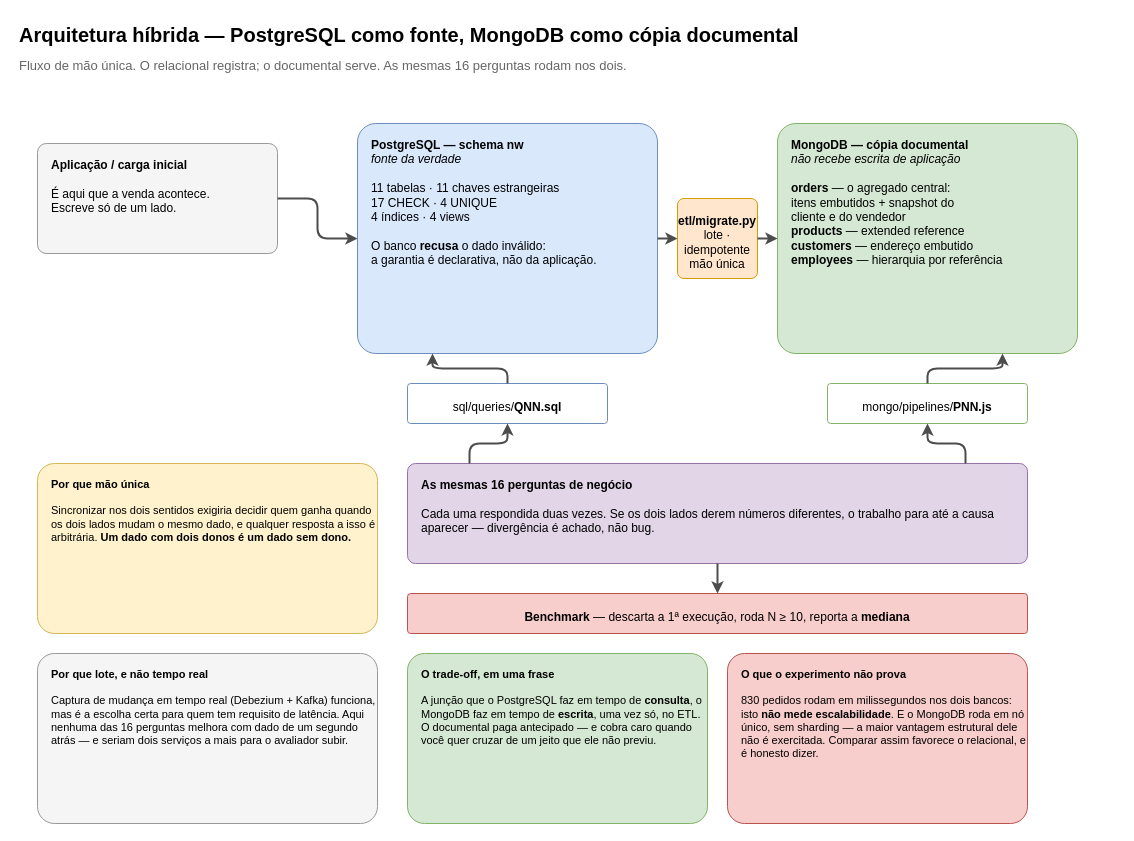
GiovanneEspindola/projeto-integrador-ipog keeps this draw.io diagram as docs/diagramas/arquitetura-hibrida.drawio. Above is the earlier version. Source tidied: cells renumbered, new cells numbered last; positions are measured from the earlier drawing's top-left corner, leaving out a move shared by most shapes. Both pictures are drawn from the tidied source at 100%, with x=0, y=0 at pixel (17, 17).
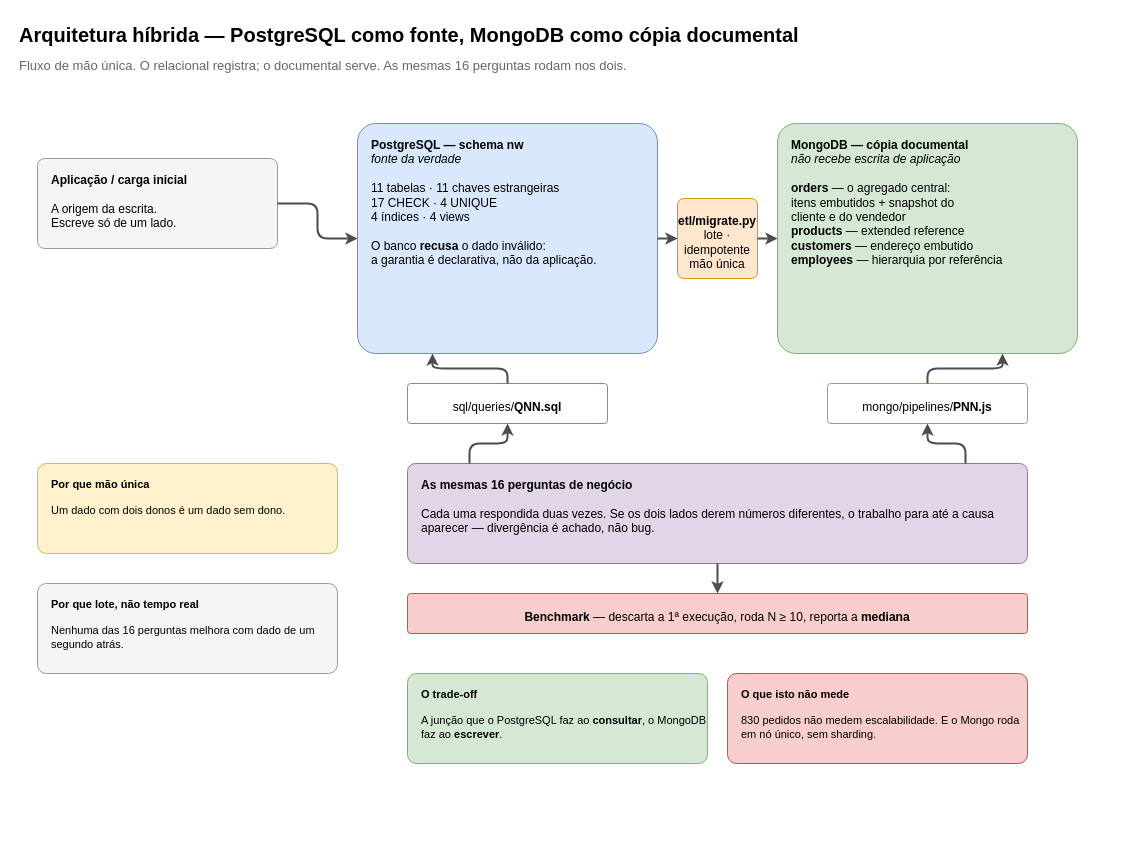
After the change.

Commit message (it also covers changes not shown here):
Corrige a afirmacao sobre transacao no MongoDB e enxuga o diagrama

What changed in the source:
```diff
@@
-    <mxCell id="4" value="&lt;b&gt;Aplicação / carga inicial&lt;/b&gt;&lt;br&gt;&lt;br&gt;É aqui que a venda acontece.&lt;br&gt;Escreve só de um lado." style="rounded=1;whiteSpace=wrap;html=1;verticalAlign=top;align=left;spacingLeft=12;spacingTop=8;fontSize=12;arcSize=8;fillColor=#f5f5f5;strokeColor=#999999;" parent="1" vertex="1">
-      <mxGeometry x="20" y="126" width="240" height="110" as="geometry" />
+    <mxCell id="4" value="&lt;b&gt;Aplicação / carga inicial&lt;/b&gt;&lt;br&gt;&lt;br&gt;A origem da escrita.&lt;br&gt;Escreve só de um lado." style="rounded=1;whiteSpace=wrap;html=1;verticalAlign=top;align=left;spacingLeft=12;spacingTop=8;fontSize=12;arcSize=8;fillColor=#f5f5f5;strokeColor=#999999;" parent="1" vertex="1">
+      <mxGeometry x="20" y="141" width="240" height="90" as="geometry" />
     </mxCell>
@@
-    <mxCell id="20" value="&lt;b&gt;Por que mão única&lt;/b&gt;&lt;br&gt;&lt;br&gt;Sincronizar nos dois sentidos exigiria decidir quem ganha quando os dois lados mudam o mesmo dado, e qualquer resposta a isso é arbitrária. &lt;b&gt;Um dado com dois donos é um dado sem dono.&lt;/b&gt;" style="rounded=1;whiteSpace=wrap;html=1;verticalAlign=top;align=left;spacingLeft=12;spacingTop=8;fontSize=11;arcSize=10;dashed=0;fillColor=#fff2cc;strokeColor=#d6b656;" parent="1" vertex="1">
-      <mxGeometry x="20" y="446" width="340" height="170" as="geometry" />
+    <mxCell id="20" value="&lt;b&gt;Por que mão única&lt;/b&gt;&lt;br&gt;&lt;br&gt;Um dado com dois donos é um dado sem dono." style="rounded=1;whiteSpace=wrap;html=1;verticalAlign=top;align=left;spacingLeft=12;spacingTop=8;fontSize=11;arcSize=10;dashed=0;fillColor=#fff2cc;strokeColor=#d6b656;" parent="1" vertex="1">
+      <mxGeometry x="20" y="446" width="300" height="90" as="geometry" />
     </mxCell>
-    <mxCell id="21" value="&lt;b&gt;Por que lote, e não tempo real&lt;/b&gt;&lt;br&gt;&lt;br&gt;Captura de mudança em tempo real (Debezium + Kafka) funciona, mas é a escolha certa para quem tem requisito de latência. Aqui nenhuma das 16 perguntas melhora com dado de um segundo atrás — e seriam dois serviços a mais para o avaliador subir." style="rounded=1;whiteSpace=wrap;html=1;verticalAlign=top;align=left;spacingLeft=12;spacingTop=8;fontSize=11;arcSize=10;dashed=0;fillColor=#f5f5f5;strokeColor=#999999;" parent="1" vertex="1">
-      <mxGeometry x="20" y="636" width="340" height="170" as="geometry" />
+    <mxCell id="21" value="&lt;b&gt;Por que lote, não tempo real&lt;/b&gt;&lt;br&gt;&lt;br&gt;Nenhuma das 16 perguntas melhora com dado de um segundo atrás." style="rounded=1;whiteSpace=wrap;html=1;verticalAlign=top;align=left;spacingLeft=12;spacingTop=8;fontSize=11;arcSize=10;dashed=0;fillColor=#f5f5f5;strokeColor=#999999;" parent="1" vertex="1">
+      <mxGeometry x="20" y="566" width="300" height="90" as="geometry" />
     </mxCell>
-    <mxCell id="22" value="&lt;b&gt;O trade-off, em uma frase&lt;/b&gt;&lt;br&gt;&lt;br&gt;A junção que o PostgreSQL faz em tempo de &lt;b&gt;consulta&lt;/b&gt;, o MongoDB faz em tempo de &lt;b&gt;escrita&lt;/b&gt;, uma vez só, no ETL. O documental paga antecipado — e cobra caro quando você quer cruzar de um jeito que ele não previu." style="rounded=1;whiteSpace=wrap;html=1;verticalAlign=top;align=left;spacingLeft=12;spacingTop=8;fontSize=11;arcSize=10;dashed=0;fillColor=#d5e8d4;strokeColor=#82b366;" parent="1" vertex="1">
-      <mxGeometry x="390" y="636" width="300" height="170" as="geometry" />
+    <mxCell id="22" value="&lt;b&gt;O trade-off&lt;/b&gt;&lt;br&gt;&lt;br&gt;A junção que o PostgreSQL faz ao &lt;b&gt;consultar&lt;/b&gt;, o MongoDB faz ao &lt;b&gt;escrever&lt;/b&gt;." style="rounded=1;whiteSpace=wrap;html=1;verticalAlign=top;align=left;spacingLeft=12;spacingTop=8;fontSize=11;arcSize=10;dashed=0;fillColor=#d5e8d4;strokeColor=#82b366;" parent="1" vertex="1">
+      <mxGeometry x="390" y="656" width="300" height="90" as="geometry" />
     </mxCell>
-    <mxCell id="23" value="&lt;b&gt;O que o experimento não prova&lt;/b&gt;&lt;br&gt;&lt;br&gt;830 pedidos rodam em milissegundos nos dois bancos: isto &lt;b&gt;não mede escalabilidade&lt;/b&gt;. E o MongoDB roda em nó único, sem sharding — a maior vantagem estrutural dele não é exercitada. Comparar assim favorece o relacional, e é honesto dizer." style="rounded=1;whiteSpace=wrap;html=1;verticalAlign=top;align=left;spacingLeft=12;spacingTop=8;fontSize=11;arcSize=10;dashed=0;fillColor=#f8cecc;strokeColor=#b85450;" parent="1" vertex="1">
-      <mxGeometry x="710" y="636" width="300" height="170" as="geometry" />
+    <mxCell id="23" value="&lt;b&gt;O que isto não mede&lt;/b&gt;&lt;br&gt;&lt;br&gt;830 pedidos não medem escalabilidade. E o Mongo roda em nó único, sem sharding." style="rounded=1;whiteSpace=wrap;html=1;verticalAlign=top;align=left;spacingLeft=12;spacingTop=8;fontSize=11;arcSize=10;dashed=0;fillColor=#f8cecc;strokeColor=#b85450;" parent="1" vertex="1">
+      <mxGeometry x="710" y="656" width="300" height="90" as="geometry" />
     </mxCell>
```
